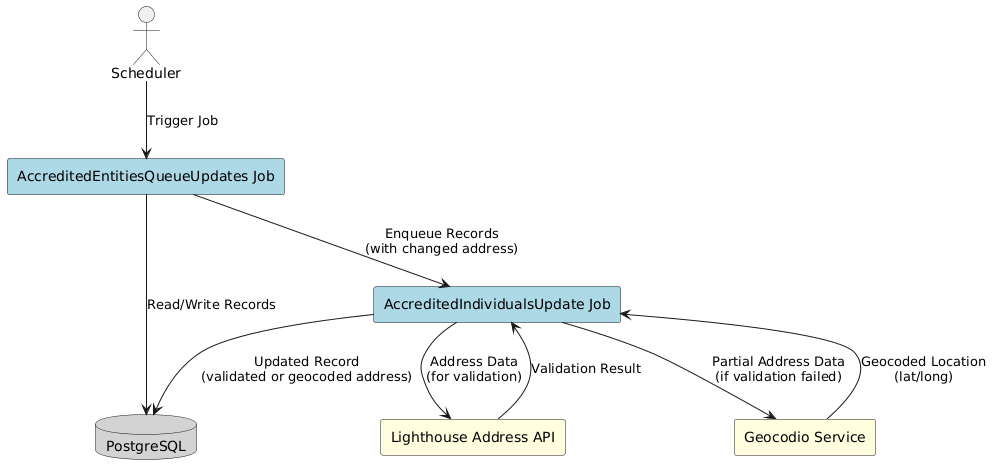
department-of-veterans-affairs/va.gov-team keeps this PlantUML diagram as products/accredited-representative-crew/product-documentation/images/zip-code-data-flow-diagram.png. Above is the earlier version. Source of this version:
```plantuml
@startuml
!define PROCESS #lightblue
!define STORE #lightgray
!define EXTERNAL #lightyellow

actor "Scheduler" as scheduler

rectangle "Lighthouse Address API" as address_api #lightyellow
rectangle "Geocodio Service" as geocodio #lightyellow
database "PostgreSQL" as postgres #lightgray

rectangle "AccreditedEntitiesQueueUpdates Job" as queue_updates #lightblue
rectangle "AccreditedIndividualsUpdate Job" as update_job #lightblue

scheduler --> queue_updates : Trigger Job
queue_updates --> postgres : Read/Write Records
queue_updates --> update_job : Enqueue Records\n(with changed address)
update_job --> address_api : Address Data\n(for validation)
address_api --> update_job : Validation Result
update_job --> geocodio : Partial Address Data\n(if validation failed)
geocodio --> update_job : Geocoded Location\n(lat/long)
update_job --> postgres : Updated Record\n(validated or geocoded address)
@enduml
```
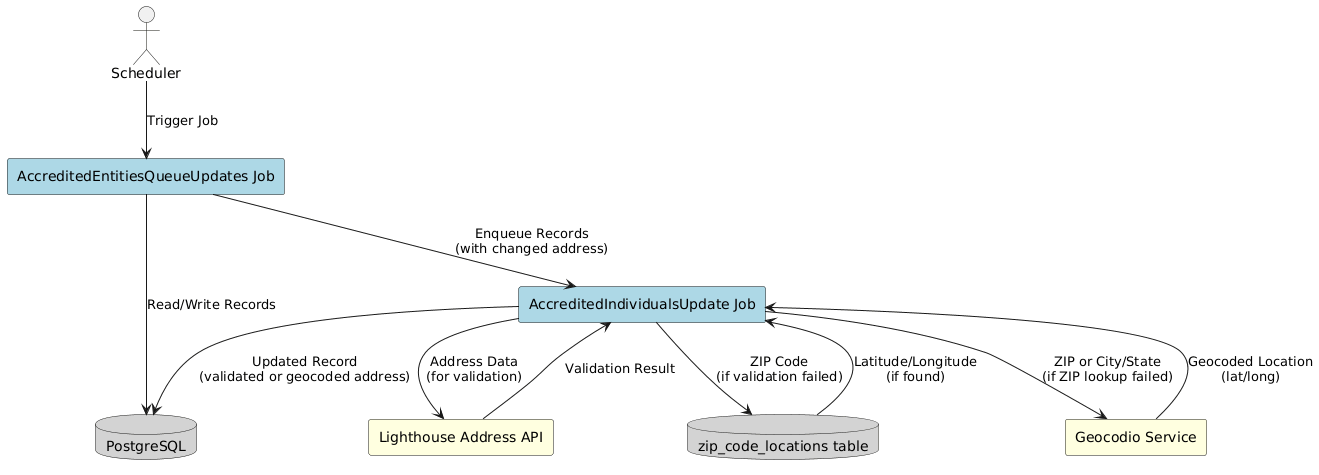
After the change.

Commit message:
Update zip-code architecture, data flow, and sequence diagrams

Change to the diagram source:
```diff
@@ -6,6 +6,7 @@
 actor "Scheduler" as scheduler
 
 rectangle "Lighthouse Address API" as address_api #lightyellow
+database "zip_code_locations table" as zip_table #lightgray
 rectangle "Geocodio Service" as geocodio #lightyellow
 database "PostgreSQL" as postgres #lightgray
 
@@ -15,9 +16,15 @@
 scheduler --> queue_updates : Trigger Job
 queue_updates --> postgres : Read/Write Records
 queue_updates --> update_job : Enqueue Records\n(with changed address)
+
 update_job --> address_api : Address Data\n(for validation)
 address_api --> update_job : Validation Result
-update_job --> geocodio : Partial Address Data\n(if validation failed)
+
+update_job --> zip_table : ZIP Code\n(if validation failed)
+zip_table --> update_job : Latitude/Longitude\n(if found)
+
+update_job --> geocodio : ZIP or City/State\n(if ZIP lookup failed)
 geocodio --> update_job : Geocoded Location\n(lat/long)
+
 update_job --> postgres : Updated Record\n(validated or geocoded address)
 @enduml
```
